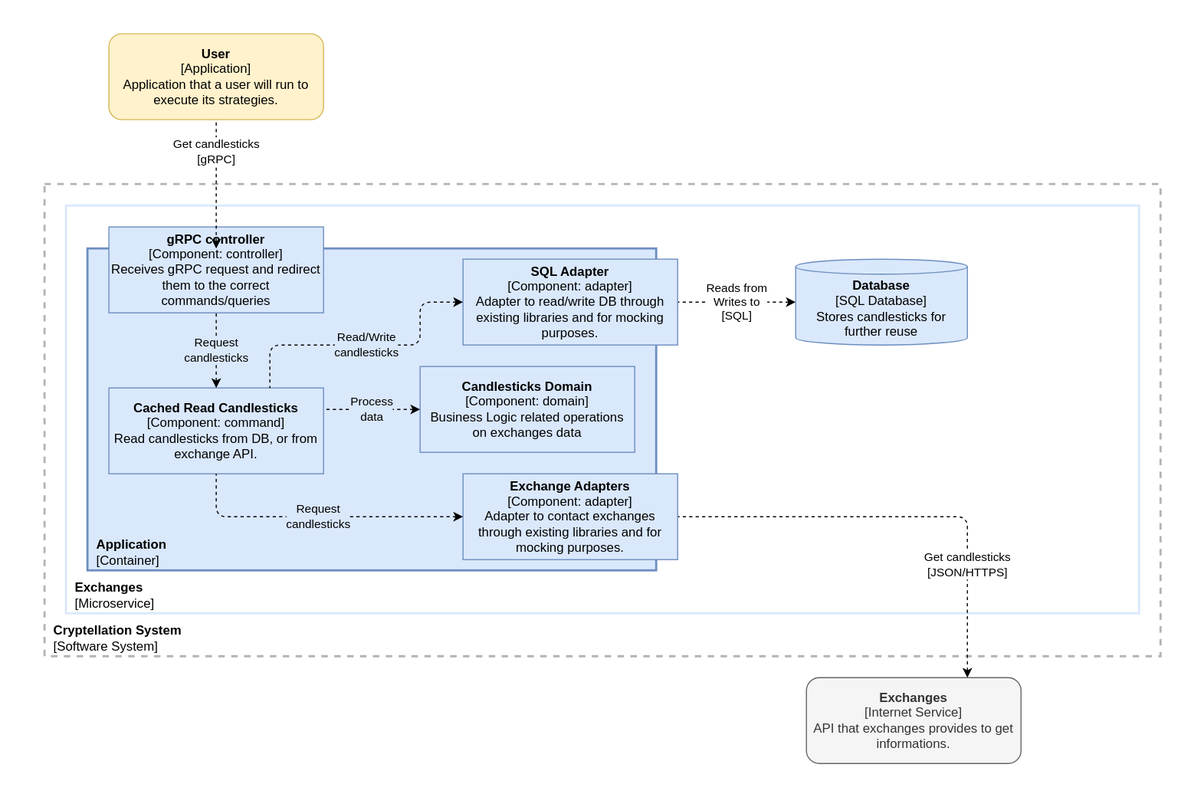
Earlier version of the draw.io export website/docs/architecture/candlesticks/component-diagram.svg (lerenn/cryptellation). Source tidied: cells renumbered, new cells last; positions are measured from the earlier drawing's top-left corner, leaving out a move shared by most shapes.
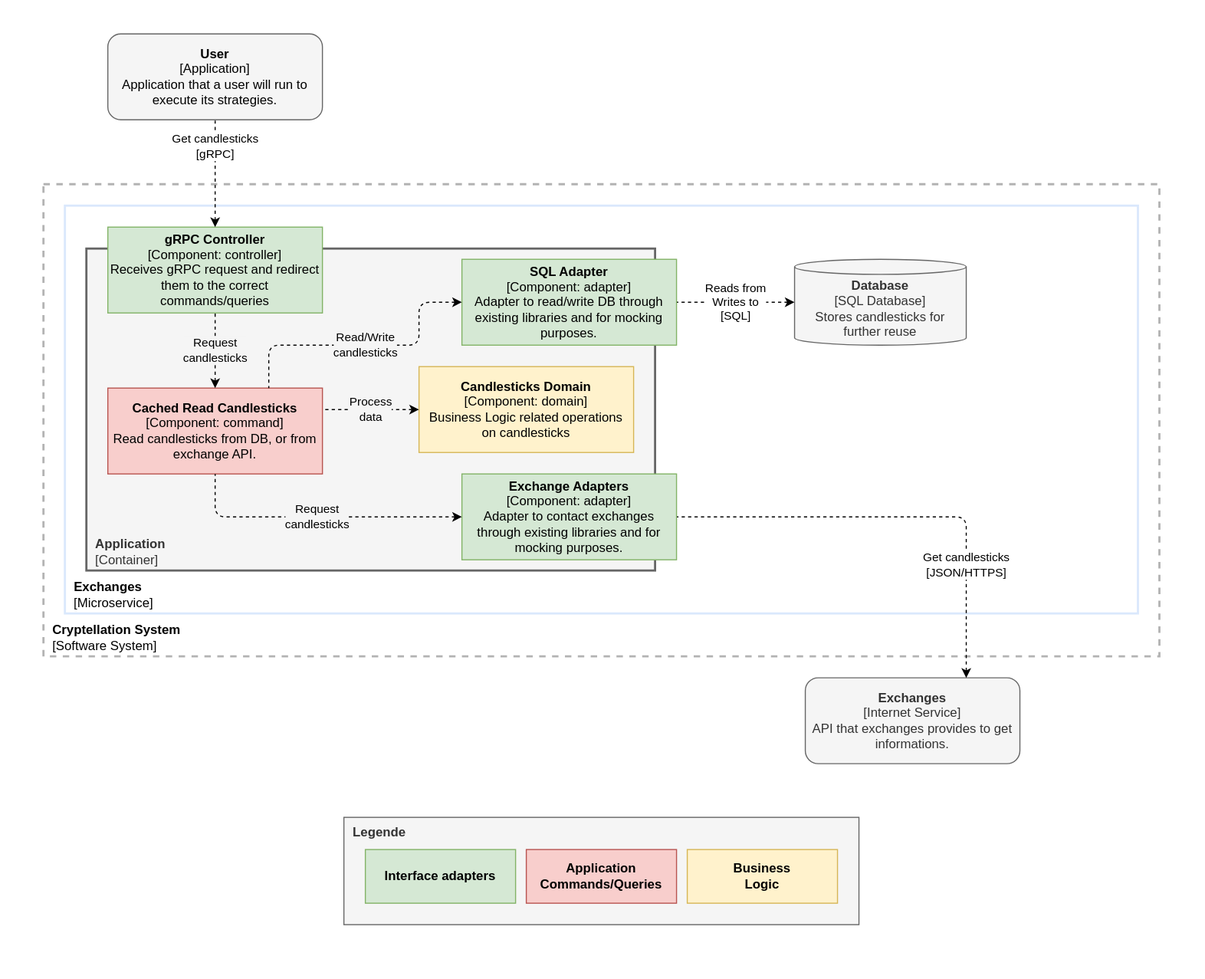
After the commit.

Commit message:
change colors for component diagrams

What changed in the source:
```diff
@@ -3,7 +3,7 @@
     <mxCell id="0" />
     <mxCell id="1" parent="0" />
     <mxCell id="2" style="rounded=1;whiteSpace=wrap;html=1;labelBackgroundColor=none;strokeColor=none;strokeWidth=2;fillColor=default;" parent="1" vertex="1">
-      <mxGeometry width="1120" height="750" as="geometry" />
+      <mxGeometry width="1120" height="910" as="geometry" />
     </mxCell>
     <mxCell id="3" value="&lt;b style=&quot;&quot;&gt;&amp;nbsp; Cryptellation System&lt;br&gt;&amp;nbsp;&amp;nbsp;&lt;/b&gt;&lt;span style=&quot;&quot;&gt;[Software System]&lt;/span&gt;" style="rounded=0;whiteSpace=wrap;html=1;fillColor=none;dashed=1;strokeWidth=2;strokeColor=#B3B3B3;align=left;verticalAlign=bottom;" parent="1" vertex="1">
       <mxGeometry x="40" y="170" width="1040" height="440" as="geometry" />
@@ -11,13 +11,13 @@
     <mxCell id="4" value="&amp;nbsp; &lt;b&gt;Exchanges&lt;/b&gt;&lt;br&gt;&amp;nbsp; [Microservice]" style="rounded=0;whiteSpace=wrap;html=1;labelBackgroundColor=none;strokeColor=#DAE8FC;strokeWidth=2;fillColor=none;verticalAlign=bottom;align=left;" parent="1" vertex="1">
       <mxGeometry x="60" y="190" width="1000" height="380" as="geometry" />
     </mxCell>
-    <mxCell id="5" value="&amp;nbsp; &lt;b&gt;Application&lt;/b&gt;&lt;br&gt;&amp;nbsp; [Container]" style="rounded=0;whiteSpace=wrap;html=1;labelBackgroundColor=none;strokeColor=#6c8ebf;strokeWidth=2;fillColor=#dae8fc;verticalAlign=bottom;align=left;" parent="1" vertex="1">
+    <mxCell id="5" value="&amp;nbsp; &lt;b&gt;Application&lt;/b&gt;&lt;br&gt;&amp;nbsp; [Container]" style="rounded=0;whiteSpace=wrap;html=1;labelBackgroundColor=none;strokeColor=#666666;strokeWidth=2;fillColor=#f5f5f5;verticalAlign=bottom;align=left;fontColor=#333333;" parent="1" vertex="1">
       <mxGeometry x="80" y="230" width="530" height="300" as="geometry" />
     </mxCell>
-    <mxCell id="6" value="&lt;b&gt;gRPC controller&lt;/b&gt;&lt;br&gt;[Component: controller]&lt;br&gt;Receives gRPC request and redirect them to the correct commands/queries" style="rounded=0;whiteSpace=wrap;html=1;fillColor=#dae8fc;strokeColor=#6c8ebf;" parent="1" vertex="1">
+    <mxCell id="6" value="&lt;b&gt;gRPC Controller&lt;/b&gt;&lt;br&gt;[Component: controller]&lt;br&gt;Receives gRPC request and redirect them to the correct commands/queries" style="rounded=0;whiteSpace=wrap;html=1;fillColor=#d5e8d4;strokeColor=#82b366;" parent="1" vertex="1">
       <mxGeometry x="100" y="210" width="200" height="80" as="geometry" />
     </mxCell>
-    <mxCell id="7" value="&lt;b&gt;Database&lt;/b&gt;&lt;br&gt;[SQL Database]&lt;br&gt;Stores candlesticks for further reuse" style="shape=cylinder3;whiteSpace=wrap;html=1;boundedLbl=1;backgroundOutline=1;size=7;fillColor=#dae8fc;strokeColor=#6c8ebf;" parent="1" vertex="1">
+    <mxCell id="7" value="&lt;b&gt;Database&lt;/b&gt;&lt;br&gt;[SQL Database]&lt;br&gt;Stores candlesticks for further reuse" style="shape=cylinder3;whiteSpace=wrap;html=1;boundedLbl=1;backgroundOutline=1;size=7;fillColor=#f5f5f5;strokeColor=#666666;fontColor=#333333;" parent="1" vertex="1">
       <mxGeometry x="740" y="240" width="160" height="80" as="geometry" />
     </mxCell>
     <mxCell id="8" value="&lt;b style=&quot;color: rgb(51 , 51 , 51)&quot;&gt;Exchanges&lt;/b&gt;&lt;br style=&quot;color: rgb(51 , 51 , 51)&quot;&gt;&lt;span style=&quot;color: rgb(51 , 51 , 51)&quot;&gt;[Internet Service]&lt;/span&gt;&lt;br style=&quot;color: rgb(51 , 51 , 51)&quot;&gt;&lt;span style=&quot;color: rgb(51 , 51 , 51)&quot;&gt;API that exchanges provides to get informations.&lt;/span&gt;" style="rounded=1;whiteSpace=wrap;html=1;fillColor=#f5f5f5;fontColor=#333333;strokeColor=#666666;" parent="1" vertex="1">
@@ -29,27 +29,25 @@
     <mxCell id="10" value="&lt;font face=&quot;helvetica&quot;&gt;Reads from&lt;br&gt;Writes to&lt;br&gt;[SQL]&lt;br&gt;&lt;/font&gt;" style="endArrow=none;dashed=1;html=1;exitX=0;exitY=0.5;exitDx=0;exitDy=0;entryX=1;entryY=0.5;entryDx=0;entryDy=0;edgeStyle=orthogonalEdgeStyle;startArrow=classic;startFill=1;exitPerimeter=0;" parent="1" edge="1" source="7" target="14">
       <mxGeometry relative="1" as="geometry" />
     </mxCell>
-    <mxCell id="11" value="&lt;b style=&quot;color: rgb(0 , 0 , 0) ; font-family: &amp;#34;helvetica&amp;#34; ; font-size: 12px ; font-style: normal ; letter-spacing: normal ; text-align: center ; text-indent: 0px ; text-transform: none ; word-spacing: 0px&quot;&gt;User&lt;/b&gt;&lt;br style=&quot;color: rgb(0 , 0 , 0) ; font-family: &amp;#34;helvetica&amp;#34; ; font-size: 12px ; font-style: normal ; font-weight: 400 ; letter-spacing: normal ; text-align: center ; text-indent: 0px ; text-transform: none ; word-spacing: 0px&quot;&gt;&lt;span style=&quot;color: rgb(0 , 0 , 0) ; font-family: &amp;#34;helvetica&amp;#34; ; font-size: 12px ; font-style: normal ; font-weight: 400 ; letter-spacing: normal ; text-align: center ; text-indent: 0px ; text-transform: none ; word-spacing: 0px ; display: inline ; float: none&quot;&gt;[Application]&lt;/span&gt;&lt;br style=&quot;color: rgb(0 , 0 , 0) ; font-family: &amp;#34;helvetica&amp;#34; ; font-size: 12px ; font-style: normal ; font-weight: 400 ; letter-spacing: normal ; text-align: center ; text-indent: 0px ; text-transform: none ; word-spacing: 0px&quot;&gt;&lt;span style=&quot;color: rgb(0 , 0 , 0) ; font-family: &amp;#34;helvetica&amp;#34; ; font-size: 12px ; font-style: normal ; font-weight: 400 ; letter-spacing: normal ; text-align: center ; text-indent: 0px ; text-transform: none ; word-spacing: 0px ; display: inline ; float: none&quot;&gt;Application that a user will run to execute its strategies.&lt;/span&gt;" style="rounded=1;whiteSpace=wrap;html=1;strokeColor=#d6b656;strokeWidth=1;fillColor=#fff2cc;" parent="1" vertex="1">
+    <mxCell id="11" value="&lt;b style=&quot;color: rgb(0 , 0 , 0) ; font-family: &amp;#34;helvetica&amp;#34; ; font-size: 12px ; font-style: normal ; letter-spacing: normal ; text-align: center ; text-indent: 0px ; text-transform: none ; word-spacing: 0px&quot;&gt;User&lt;/b&gt;&lt;br style=&quot;color: rgb(0 , 0 , 0) ; font-family: &amp;#34;helvetica&amp;#34; ; font-size: 12px ; font-style: normal ; font-weight: 400 ; letter-spacing: normal ; text-align: center ; text-indent: 0px ; text-transform: none ; word-spacing: 0px&quot;&gt;&lt;span style=&quot;color: rgb(0 , 0 , 0) ; font-family: &amp;#34;helvetica&amp;#34; ; font-size: 12px ; font-style: normal ; font-weight: 400 ; letter-spacing: normal ; text-align: center ; text-indent: 0px ; text-transform: none ; word-spacing: 0px ; display: inline ; float: none&quot;&gt;[Application]&lt;/span&gt;&lt;br style=&quot;color: rgb(0 , 0 , 0) ; font-family: &amp;#34;helvetica&amp;#34; ; font-size: 12px ; font-style: normal ; font-weight: 400 ; letter-spacing: normal ; text-align: center ; text-indent: 0px ; text-transform: none ; word-spacing: 0px&quot;&gt;&lt;span style=&quot;color: rgb(0 , 0 , 0) ; font-family: &amp;#34;helvetica&amp;#34; ; font-size: 12px ; font-style: normal ; font-weight: 400 ; letter-spacing: normal ; text-align: center ; text-indent: 0px ; text-transform: none ; word-spacing: 0px ; display: inline ; float: none&quot;&gt;Application that a user will run to execute its strategies.&lt;/span&gt;" style="rounded=1;whiteSpace=wrap;html=1;strokeColor=#666666;strokeWidth=1;fillColor=#f5f5f5;fontColor=#333333;" parent="1" vertex="1">
       <mxGeometry x="100" y="30" width="200" height="80" as="geometry" />
     </mxCell>
-    <mxCell id="12" value="&lt;font face=&quot;helvetica&quot;&gt;Get candlesticks&lt;br&gt;[gRPC]&lt;br&gt;&lt;/font&gt;" style="endArrow=none;dashed=1;html=1;entryX=0.5;entryY=1;entryDx=0;entryDy=0;edgeStyle=orthogonalEdgeStyle;startArrow=classic;startFill=1;" parent="1" edge="1" target="11">
-      <mxGeometry x="0.5" relative="1" as="geometry">
-        <mxPoint x="200" y="230" as="sourcePoint" />
-      </mxGeometry>
+    <mxCell id="12" value="&lt;font face=&quot;helvetica&quot;&gt;Get candlesticks&lt;br&gt;[gRPC]&lt;br&gt;&lt;/font&gt;" style="endArrow=none;dashed=1;html=1;entryX=0.5;entryY=1;entryDx=0;entryDy=0;edgeStyle=orthogonalEdgeStyle;startArrow=classic;startFill=1;exitX=0.5;exitY=0;exitDx=0;exitDy=0;" parent="1" edge="1" source="6" target="11">
+      <mxGeometry x="0.5" relative="1" as="geometry" />
     </mxCell>
-    <mxCell id="13" value="&lt;b&gt;Exchange Adapters&lt;/b&gt;&lt;br&gt;[Component: adapter]&lt;br&gt;Adapter to contact exchanges through existing libraries and for mocking purposes." style="rounded=0;whiteSpace=wrap;html=1;fillColor=#dae8fc;strokeColor=#6c8ebf;" parent="1" vertex="1">
+    <mxCell id="13" value="&lt;b&gt;Exchange Adapters&lt;/b&gt;&lt;br&gt;[Component: adapter]&lt;br&gt;Adapter to contact exchanges through existing libraries and for mocking purposes." style="rounded=0;whiteSpace=wrap;html=1;fillColor=#d5e8d4;strokeColor=#82b366;" parent="1" vertex="1">
       <mxGeometry x="430" y="440" width="200" height="80" as="geometry" />
     </mxCell>
-    <mxCell id="14" value="&lt;b&gt;SQL Adapter&lt;/b&gt;&lt;br&gt;[Component: adapter]&lt;br&gt;Adapter to read/write DB through existing libraries and for mocking purposes." style="rounded=0;whiteSpace=wrap;html=1;fillColor=#dae8fc;strokeColor=#6c8ebf;" parent="1" vertex="1">
+    <mxCell id="14" value="&lt;b&gt;SQL Adapter&lt;/b&gt;&lt;br&gt;[Component: adapter]&lt;br&gt;Adapter to read/write DB through existing libraries and for mocking purposes." style="rounded=0;whiteSpace=wrap;html=1;fillColor=#d5e8d4;strokeColor=#82b366;" parent="1" vertex="1">
       <mxGeometry x="430" y="240" width="200" height="80" as="geometry" />
     </mxCell>
-    <mxCell id="15" value="&lt;b&gt;Cached Read Candlesticks&lt;/b&gt;&lt;br&gt;[Component: command]&lt;br&gt;Read candlesticks from DB, or from exchange API." style="rounded=0;whiteSpace=wrap;html=1;fillColor=#dae8fc;strokeColor=#6c8ebf;" parent="1" vertex="1">
+    <mxCell id="15" value="&lt;b&gt;Cached Read Candlesticks&lt;/b&gt;&lt;br&gt;[Component: command]&lt;br&gt;Read candlesticks from DB, or from exchange API." style="rounded=0;whiteSpace=wrap;html=1;fillColor=#f8cecc;strokeColor=#b85450;" parent="1" vertex="1">
       <mxGeometry x="100" y="360" width="200" height="80" as="geometry" />
     </mxCell>
-    <mxCell id="16" value="&lt;font face=&quot;helvetica&quot;&gt;Request&lt;br&gt;candlesticks&lt;br&gt;&lt;/font&gt;" style="endArrow=none;dashed=1;html=1;edgeStyle=orthogonalEdgeStyle;startArrow=classic;startFill=1;exitX=0.5;exitY=0;exitDx=0;exitDy=0;entryX=0.5;entryY=1;entryDx=0;entryDy=0;labelBackgroundColor=#DAE8FC;" parent="1" edge="1" source="15" target="6">
+    <mxCell id="16" value="&lt;font face=&quot;helvetica&quot;&gt;Request&lt;br&gt;candlesticks&lt;br&gt;&lt;/font&gt;" style="endArrow=none;dashed=1;html=1;edgeStyle=orthogonalEdgeStyle;startArrow=classic;startFill=1;exitX=0.5;exitY=0;exitDx=0;exitDy=0;entryX=0.5;entryY=1;entryDx=0;entryDy=0;labelBackgroundColor=#F5F5F5;" parent="1" edge="1" source="15" target="6">
       <mxGeometry relative="1" as="geometry" />
     </mxCell>
-    <mxCell id="17" value="&lt;font face=&quot;helvetica&quot;&gt;Read/Write&lt;br&gt;candlesticks&lt;br&gt;&lt;/font&gt;" style="endArrow=none;dashed=1;html=1;edgeStyle=orthogonalEdgeStyle;startArrow=classic;startFill=1;entryX=0.75;entryY=0;entryDx=0;entryDy=0;labelBackgroundColor=#DAE8FC;exitX=0;exitY=0.5;exitDx=0;exitDy=0;" parent="1" edge="1" source="14" target="15">
+    <mxCell id="17" value="&lt;font face=&quot;helvetica&quot;&gt;Read/Write&lt;br&gt;candlesticks&lt;br&gt;&lt;/font&gt;" style="endArrow=none;dashed=1;html=1;edgeStyle=orthogonalEdgeStyle;startArrow=classic;startFill=1;entryX=0.75;entryY=0;entryDx=0;entryDy=0;labelBackgroundColor=#F5F5F5;exitX=0;exitY=0.5;exitDx=0;exitDy=0;" parent="1" edge="1" source="14" target="15">
       <mxGeometry relative="1" as="geometry">
         <Array as="points">
           <mxPoint x="390" y="280" />
@@ -58,14 +56,26 @@
         </Array>
       </mxGeometry>
     </mxCell>
-    <mxCell id="18" value="&lt;font face=&quot;helvetica&quot;&gt;Request&lt;br&gt;candlesticks&lt;br&gt;&lt;/font&gt;" style="endArrow=none;dashed=1;html=1;edgeStyle=orthogonalEdgeStyle;startArrow=classic;startFill=1;entryX=0.5;entryY=1;entryDx=0;entryDy=0;labelBackgroundColor=#DAE8FC;" parent="1" edge="1" source="13" target="15">
+    <mxCell id="18" value="&lt;font face=&quot;helvetica&quot;&gt;Request&lt;br&gt;candlesticks&lt;br&gt;&lt;/font&gt;" style="endArrow=none;dashed=1;html=1;edgeStyle=orthogonalEdgeStyle;startArrow=classic;startFill=1;entryX=0.5;entryY=1;entryDx=0;entryDy=0;labelBackgroundColor=#F5F5F5;" parent="1" edge="1" source="13" target="15">
       <mxGeometry relative="1" as="geometry" />
     </mxCell>
-    <mxCell id="19" value="&lt;b&gt;Candlesticks Domain&lt;/b&gt;&lt;br&gt;[Component: domain]&lt;br&gt;Business Logic related operations&lt;br&gt;on exchanges data" style="rounded=0;whiteSpace=wrap;html=1;fillColor=#dae8fc;strokeColor=#6c8ebf;" parent="1" vertex="1">
+    <mxCell id="19" value="&lt;b&gt;Candlesticks Domain&lt;/b&gt;&lt;br&gt;[Component: domain]&lt;br&gt;Business Logic related operations&lt;br&gt;on candlesticks" style="rounded=0;whiteSpace=wrap;html=1;fillColor=#fff2cc;strokeColor=#d6b656;" parent="1" vertex="1">
       <mxGeometry x="390" y="340" width="200" height="80" as="geometry" />
     </mxCell>
-    <mxCell id="20" value="&lt;font face=&quot;helvetica&quot;&gt;Process&lt;br&gt;data&lt;br&gt;&lt;/font&gt;" style="endArrow=none;dashed=1;html=1;edgeStyle=orthogonalEdgeStyle;startArrow=classic;startFill=1;entryX=1;entryY=0.25;entryDx=0;entryDy=0;labelBackgroundColor=#DAE8FC;exitX=0;exitY=0.5;exitDx=0;exitDy=0;" parent="1" edge="1" source="19" target="15">
+    <mxCell id="20" value="&lt;font face=&quot;helvetica&quot;&gt;Process&lt;br&gt;data&lt;br&gt;&lt;/font&gt;" style="endArrow=none;dashed=1;html=1;edgeStyle=orthogonalEdgeStyle;startArrow=classic;startFill=1;entryX=1;entryY=0.25;entryDx=0;entryDy=0;labelBackgroundColor=#F5F5F5;exitX=0;exitY=0.5;exitDx=0;exitDy=0;" parent="1" edge="1" source="19" target="15">
       <mxGeometry relative="1" as="geometry" />
     </mxCell>
+    <mxCell id="21" value="&lt;b&gt;&amp;nbsp; Legende&lt;/b&gt;" style="rounded=0;whiteSpace=wrap;html=1;fillColor=#f5f5f5;fontColor=#333333;strokeColor=#666666;align=left;verticalAlign=top;" parent="1" vertex="1">
+      <mxGeometry x="320" y="760" width="480" height="100" as="geometry" />
+    </mxCell>
+    <mxCell id="22" value="&lt;b&gt;Interface adapters&lt;/b&gt;" style="rounded=0;whiteSpace=wrap;html=1;fillColor=#d5e8d4;strokeColor=#82b366;" parent="1" vertex="1">
+      <mxGeometry x="340" y="790" width="140" height="50" as="geometry" />
+    </mxCell>
+    <mxCell id="23" value="&lt;b&gt;Business&lt;br&gt;Logic&lt;br&gt;&lt;/b&gt;" style="rounded=0;whiteSpace=wrap;html=1;fillColor=#fff2cc;strokeColor=#d6b656;" parent="1" vertex="1">
+      <mxGeometry x="640" y="790" width="140" height="50" as="geometry" />
+    </mxCell>
+    <mxCell id="24" value="&lt;b&gt;Application&lt;br&gt;Commands/Queries&lt;br&gt;&lt;/b&gt;" style="rounded=0;whiteSpace=wrap;html=1;fillColor=#f8cecc;strokeColor=#b85450;" parent="1" vertex="1">
+      <mxGeometry x="490" y="790" width="140" height="50" as="geometry" />
+    </mxCell>
   </root>
 </mxGraphModel>
```
